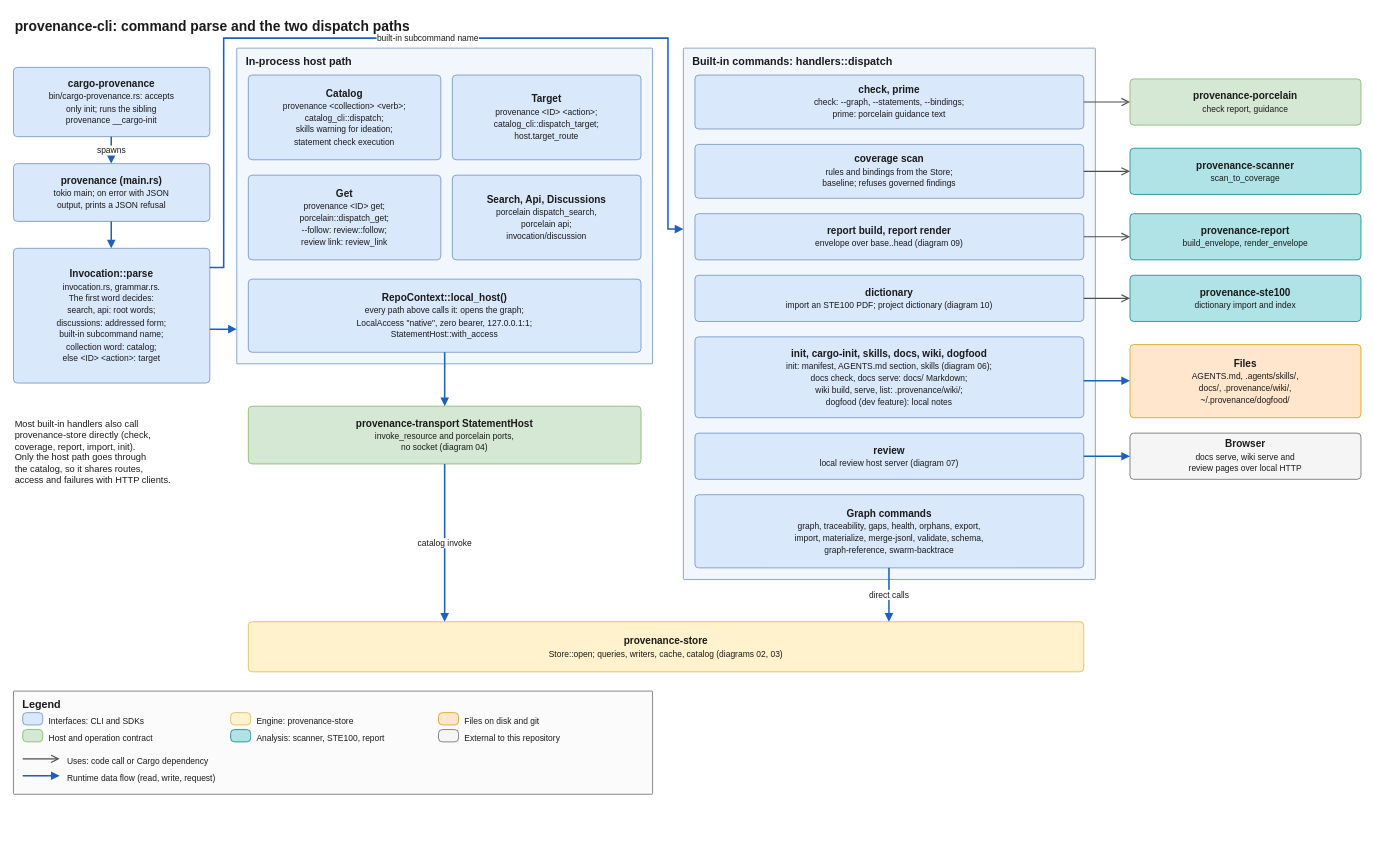
The draw.io diagram docs/architecture/diagrams/05-cli-dispatch.drawio in quality-sh/provenance, before the edit. Source tidied: cells renumbered, new cells numbered last; positions are measured from the earlier drawing's top-left corner, leaving out a move shared by most shapes. Both pictures are drawn from the tidied source at 77%, with x=0, y=0 at pixel (13, 13).
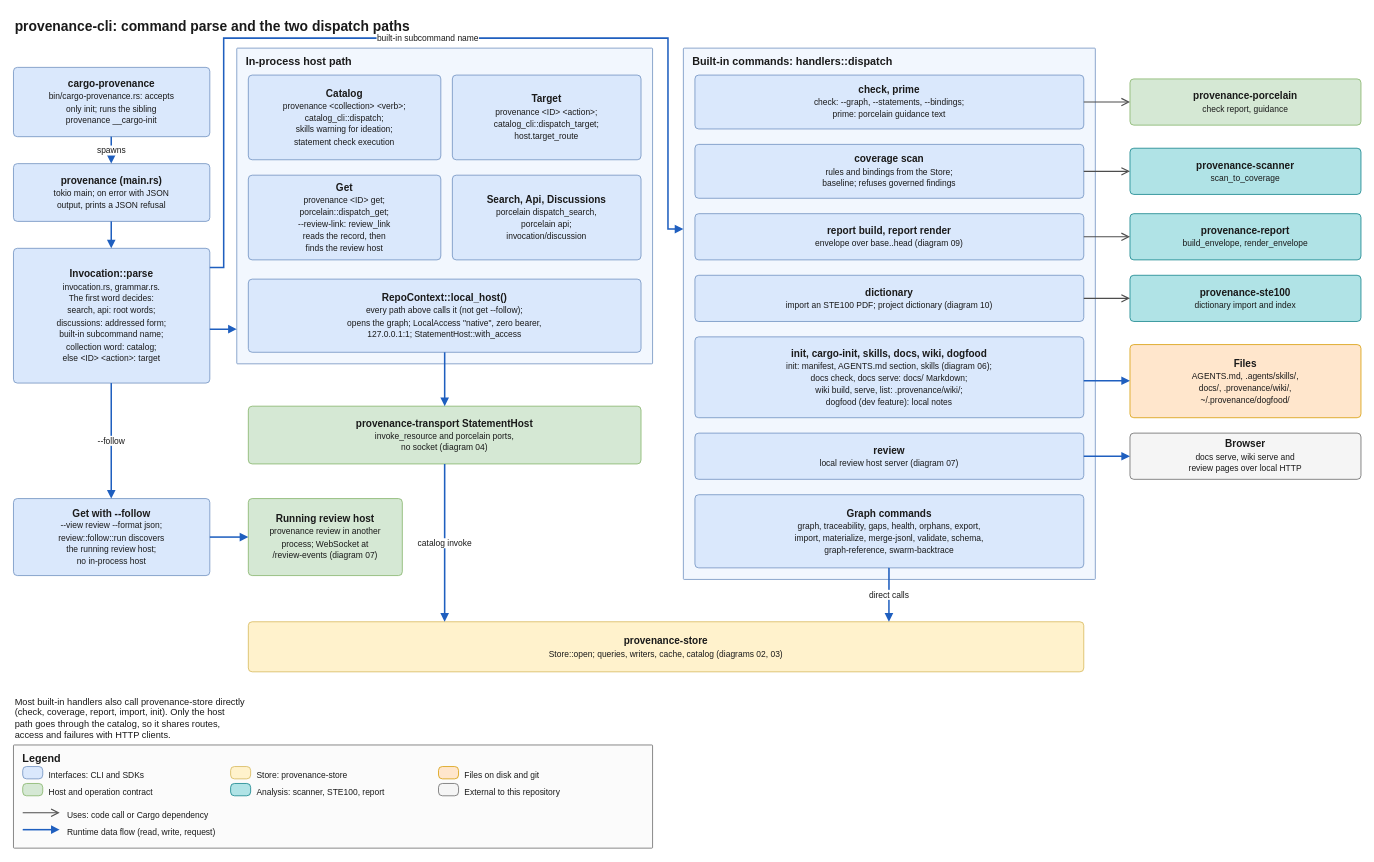
The same page after the edit.

The change refers to these unchanged cells:
```xml
<mxCell id="5" value="&lt;b&gt;Invocation::parse&lt;/b&gt;&lt;br&gt;&lt;font style=&quot;font-size:11px&quot;&gt;invocation.rs, grammar.rs.&lt;br&gt;The first word decides:&lt;br&gt;search, api: root words;&lt;br&gt;discussions: addressed form;&lt;br&gt;built-in subcommand name;&lt;br&gt;collection word: catalog;&lt;br&gt;else &amp;lt;ID&amp;gt; &amp;lt;action&amp;gt;: target&lt;/font&gt;" style="rounded=1;arcSize=10;absoluteArcSize=1;whiteSpace=wrap;html=1;fillColor=#dae8fc;strokeColor=#6c8ebf;fontSize=13;fontColor=#1a1a1a;verticalAlign=middle;align=center;spacing=4;" parent="1" vertex="1">
  <mxGeometry y="305" width="255" height="175" as="geometry" />
</mxCell>
<mxCell id="6" value="In-process host path" style="rounded=1;arcSize=2;absoluteArcSize=1;whiteSpace=wrap;html=1;fillColor=#f2f7fe;strokeColor=#6c8ebf;verticalAlign=top;align=left;spacingLeft=10;spacingRight=10;spacingTop=2;fontStyle=1;fontSize=14;fontColor=#1a1a1a;" parent="1" vertex="1">
  <mxGeometry x="290" y="45" width="540" height="410" as="geometry" />
</mxCell>
```

The edit, as a diff of the source:
```diff
@@
-    <mxCell id="9" value="&lt;b&gt;Get&lt;/b&gt;&lt;br&gt;&lt;font style=&quot;font-size:11px&quot;&gt;provenance &amp;lt;ID&amp;gt; get;&lt;br&gt;porcelain::dispatch_get;&lt;br&gt;--follow: review::follow;&lt;br&gt;review link: review_link&lt;/font&gt;" style="rounded=1;arcSize=10;absoluteArcSize=1;whiteSpace=wrap;html=1;fillColor=#dae8fc;strokeColor=#6c8ebf;fontSize=13;fontColor=#1a1a1a;verticalAlign=middle;align=center;spacing=4;" parent="6" vertex="1">
+    <mxCell id="9" value="&lt;b&gt;Get&lt;/b&gt;&lt;br&gt;&lt;font style=&quot;font-size:11px&quot;&gt;provenance &amp;lt;ID&amp;gt; get;&lt;br&gt;porcelain::dispatch_get;&lt;br&gt;--review-link: review_link&lt;br&gt;reads the record, then&lt;br&gt;finds the review host&lt;/font&gt;" style="rounded=1;arcSize=10;absoluteArcSize=1;whiteSpace=wrap;html=1;fillColor=#dae8fc;strokeColor=#6c8ebf;fontSize=13;fontColor=#1a1a1a;verticalAlign=middle;align=center;spacing=4;" parent="6" vertex="1">
       <mxGeometry x="15" y="165" width="250" height="110" as="geometry" />
     </mxCell>
@@
-    <mxCell id="11" value="&lt;b&gt;RepoContext::local_host()&lt;/b&gt;&lt;br&gt;&lt;font style=&quot;font-size:11px&quot;&gt;every path above calls it: opens the graph;&lt;br&gt;LocalAccess &quot;native&quot;, zero bearer, 127.0.0.1:1;&lt;br&gt;StatementHost::with_access&lt;/font&gt;" style="rounded=1;arcSize=10;absoluteArcSize=1;whiteSpace=wrap;html=1;fillColor=#dae8fc;strokeColor=#6c8ebf;fontSize=13;fontColor=#1a1a1a;verticalAlign=middle;align=center;spacing=4;" parent="6" vertex="1">
+    <mxCell id="11" value="&lt;b&gt;RepoContext::local_host()&lt;/b&gt;&lt;br&gt;&lt;font style=&quot;font-size:11px&quot;&gt;every path above calls it (not get --follow);&lt;br&gt;opens the graph; LocalAccess &quot;native&quot;, zero bearer,&lt;br&gt;127.0.0.1:1; StatementHost::with_access&lt;/font&gt;" style="rounded=1;arcSize=10;absoluteArcSize=1;whiteSpace=wrap;html=1;fillColor=#dae8fc;strokeColor=#6c8ebf;fontSize=13;fontColor=#1a1a1a;verticalAlign=middle;align=center;spacing=4;" parent="6" vertex="1">
       <mxGeometry x="15" y="300" width="510" height="95" as="geometry" />
     </mxCell>
@@
+    <mxCell id="59" value="&lt;b&gt;Get with --follow&lt;/b&gt;&lt;br&gt;&lt;font style=&quot;font-size:11px&quot;&gt;--view review --format json;&lt;br&gt;review::follow::run discovers&lt;br&gt;the running review host;&lt;br&gt;no in-process host&lt;/font&gt;" style="rounded=1;arcSize=10;absoluteArcSize=1;whiteSpace=wrap;html=1;fillColor=#dae8fc;strokeColor=#6c8ebf;fontSize=13;fontColor=#1a1a1a;verticalAlign=middle;align=center;spacing=4;" parent="1" vertex="1">
+      <mxGeometry y="630" width="255" height="100" as="geometry" />
+    </mxCell>
+    <mxCell id="60" value="&lt;b&gt;Running review host&lt;/b&gt;&lt;br&gt;&lt;font style=&quot;font-size:11px&quot;&gt;provenance review in another&lt;br&gt;process; WebSocket at&lt;br&gt;/review-events (diagram 07)&lt;/font&gt;" style="rounded=1;arcSize=10;absoluteArcSize=1;whiteSpace=wrap;html=1;fillColor=#d5e8d4;strokeColor=#82b366;fontSize=13;fontColor=#1a1a1a;verticalAlign=middle;align=center;spacing=4;" parent="1" vertex="1">
+      <mxGeometry x="305" y="630" width="200" height="100" as="geometry" />
+    </mxCell>
-    <mxCell id="28" value="Most built-in handlers also call&lt;br&gt;provenance-store directly (check,&lt;br&gt;coverage, report, import, init).&lt;br&gt;Only the host path goes through&lt;br&gt;the catalog, so it shares routes,&lt;br&gt;access and failures with HTTP clients." style="text;html=1;whiteSpace=wrap;align=left;verticalAlign=top;fontSize=12;fontColor=#1a1a1a;" parent="1" vertex="1">
-      <mxGeometry y="520" width="280" height="110" as="geometry" />
+    <mxCell id="28" value="Most built-in handlers also call provenance-store directly&lt;br&gt;(check, coverage, report, import, init). Only the host&lt;br&gt;path goes through the catalog, so it shares routes,&lt;br&gt;access and failures with HTTP clients." style="text;html=1;whiteSpace=wrap;align=left;verticalAlign=top;fontSize=12;fontColor=#1a1a1a;" parent="1" vertex="1">
+      <mxGeometry y="880" width="600" height="70" as="geometry" />
     </mxCell>
     <mxCell id="29" value="Legend" style="rounded=1;arcSize=2;absoluteArcSize=1;whiteSpace=wrap;html=1;fillColor=#fbfbfb;strokeColor=#666666;verticalAlign=top;align=left;spacingLeft=10;spacingRight=10;spacingTop=2;fontStyle=1;fontSize=14;fontColor=#1a1a1a;" parent="1" vertex="1">
-      <mxGeometry y="880" width="830" height="134" as="geometry" />
+      <mxGeometry y="950" width="830" height="134" as="geometry" />
     </mxCell>
@@
-    <mxCell id="35" value="Engine: provenance-store" style="text;html=1;whiteSpace=wrap;align=left;verticalAlign=top;fontSize=11;fontColor=#1a1a1a;" parent="29" vertex="1">
+    <mxCell id="35" value="Store: provenance-store" style="text;html=1;whiteSpace=wrap;align=left;verticalAlign=top;fontSize=11;fontColor=#1a1a1a;" parent="29" vertex="1">
       <mxGeometry x="314" y="26" width="230" height="20" as="geometry" />
     </mxCell>
@@
+    <mxCell id="61" value="--follow" style="edgeStyle=orthogonalEdgeStyle;rounded=0;jettySize=auto;html=1;jumpStyle=arc;jumpSize=10;exitX=0.498;exitY=1;exitDx=0;exitDy=0;entryX=0.498;entryY=0;entryDx=0;entryDy=0;strokeColor=#1f5fbf;fontSize=11;fontColor=#1a1a1a;labelBackgroundColor=#ffffff;strokeWidth=2;endArrow=block;endFill=1;" parent="1" edge="1" source="5" target="59">
+      <mxGeometry relative="1" as="geometry" />
+    </mxCell>
+    <mxCell id="62" style="edgeStyle=orthogonalEdgeStyle;rounded=0;jettySize=auto;html=1;jumpStyle=arc;jumpSize=10;exitX=1;exitY=0.5;exitDx=0;exitDy=0;entryX=0;entryY=0.5;entryDx=0;entryDy=0;strokeColor=#1f5fbf;fontSize=11;fontColor=#1a1a1a;labelBackgroundColor=#ffffff;strokeWidth=2;endArrow=block;endFill=1;" parent="1" edge="1" source="59" target="60">
+      <mxGeometry relative="1" as="geometry" />
+    </mxCell>
     <mxCell id="57" style="edgeStyle=none;html=1;strokeColor=#4d4d4d;strokeWidth=1.5;endArrow=open;endSize=8;" parent="1" edge="1">
       <mxGeometry relative="1" as="geometry">
-        <mxPoint x="12" y="968" as="sourcePoint" />
-        <mxPoint x="60" y="968" as="targetPoint" />
+        <mxPoint x="12" y="1038" as="sourcePoint" />
+        <mxPoint x="60" y="1038" as="targetPoint" />
       </mxGeometry>
     </mxCell>
     <mxCell id="58" style="edgeStyle=none;html=1;strokeColor=#1f5fbf;strokeWidth=2;endArrow=block;endFill=1;" parent="1" edge="1">
       <mxGeometry relative="1" as="geometry">
-        <mxPoint x="12" y="990" as="sourcePoint" />
-        <mxPoint x="60" y="990" as="targetPoint" />
+        <mxPoint x="12" y="1060" as="sourcePoint" />
+        <mxPoint x="60" y="1060" as="targetPoint" />
       </mxGeometry>
     </mxCell>
```
